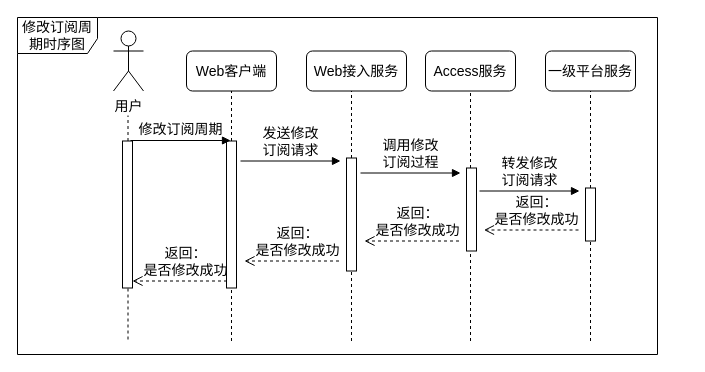
Earlier version of the draw.io diagram IOTManage/sequence-modifyCycle.drawio (waterwatermelon/graph). Source tidied: cells renumbered, new cells numbered last; positions are measured from the earlier drawing's top-left corner, leaving out a move shared by most shapes. Both pictures are drawn from the tidied source at 100%, with x=0, y=0 at pixel (17, 17).
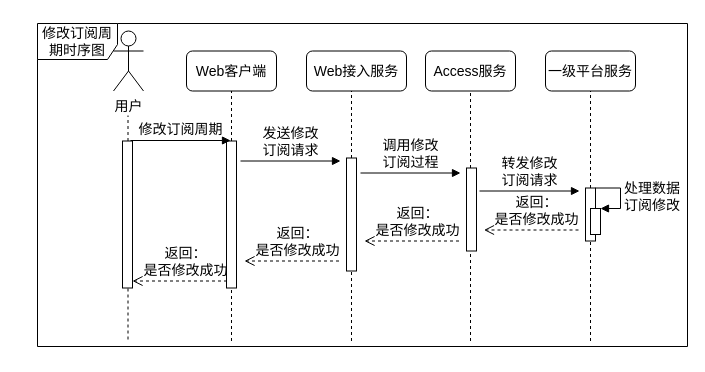
The same diagram, later.

Diff of the diagram source:
```diff
@@
     <mxCell id="2" value="&lt;font style=&quot;font-size: 14px&quot;&gt;修改订阅周期时序图&lt;/font&gt;" style="shape=umlFrame;whiteSpace=wrap;html=1;width=80;height=36;" parent="1" vertex="1">
-      <mxGeometry width="640" height="337" as="geometry" />
+      <mxGeometry x="20" y="6" width="650" height="323" as="geometry" />
     </mxCell>
@@
+    <mxCell id="31" style="html=1;points=[];perimeter=orthogonalPerimeter;" parent="1" vertex="1">
+      <mxGeometry x="573" y="191" width="10" height="26" as="geometry" />
+    </mxCell>
+    <mxCell id="32" value="&lt;font style=&quot;font-size: 14px&quot;&gt;处理数据&lt;br&gt;订阅修改&lt;/font&gt;" style="edgeStyle=orthogonalEdgeStyle;html=1;align=left;spacingLeft=2;endArrow=block;rounded=0;entryX=1;entryY=0;" parent="1" edge="1" target="31">
+      <mxGeometry relative="1" as="geometry">
+        <mxPoint x="578" y="170.5" as="sourcePoint" />
+        <Array as="points">
+          <mxPoint x="603" y="170.5" />
+        </Array>
+      </mxGeometry>
+    </mxCell>
```
